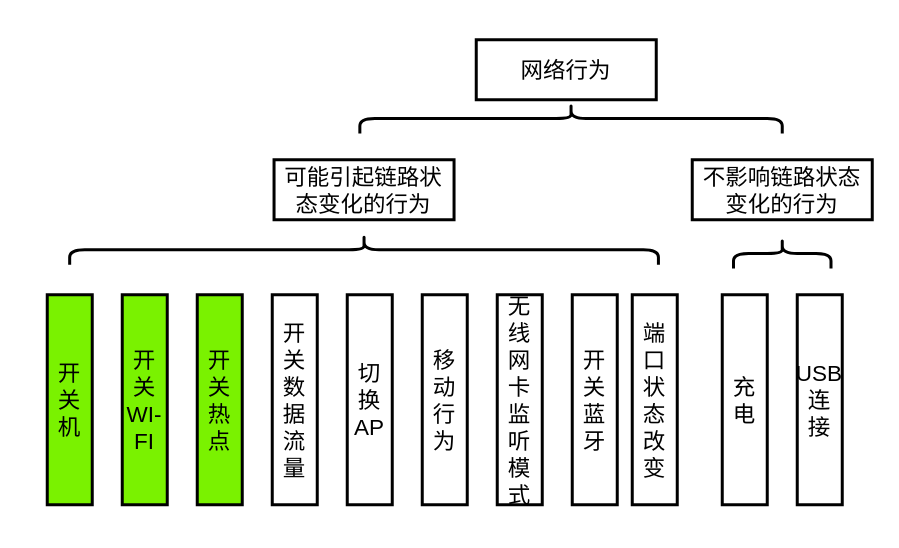
Icarus1994/neutron_conf keeps this draw.io diagram as page "网络行为与链路状态关系" (2 of 2) of 移动互联网场景图.drawio. Above is the earlier version. Source tidied: cells renumbered, new cells numbered last; positions are measured from the earlier drawing's top-left corner, leaving out a move shared by most shapes. Both pictures are drawn from the tidied source at 150%, with x=0, y=0 at pixel (46, -93).
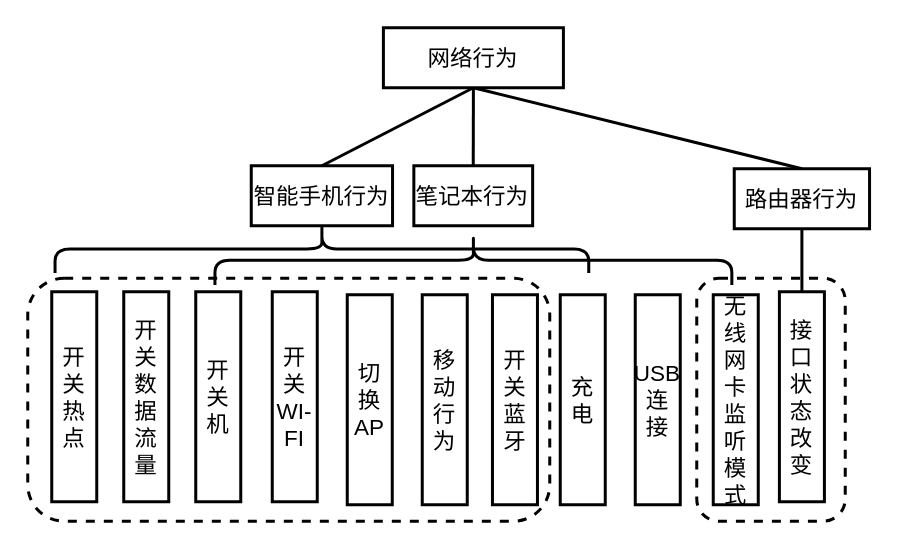
After the change.

Commit message:
Update 移动互联网场景图.drawio

The edit, as a diff of the source:
```diff
@@
+    <mxCell id="19" style="rounded=1;whiteSpace=wrap;html=1;dashed=1;strokeColor=#000000;strokeWidth=2;fillColor=none;fontSize=15;" parent="1" vertex="1">
+      <mxGeometry x="-13" y="247" width="348" height="162" as="geometry" />
+    </mxCell>
+    <mxCell id="20" style="rounded=0;jettySize=auto;html=1;exitX=0.5;exitY=1;exitDx=0;exitDy=0;entryX=0.5;entryY=0;entryDx=0;entryDy=0;endArrow=none;endFill=0;strokeColor=#000000;strokeWidth=2;fillColor=#FFFF00;fontSize=15;" parent="1" edge="1" source="2" target="23">
+      <mxGeometry relative="1" as="geometry" />
+    </mxCell>
+    <mxCell id="21" style="edgeStyle=none;rounded=0;jettySize=auto;html=1;exitX=0.5;exitY=1;exitDx=0;exitDy=0;entryX=0.5;entryY=0;entryDx=0;entryDy=0;endArrow=none;endFill=0;strokeColor=#000000;strokeWidth=2;fillColor=#FFFF00;fontSize=15;" parent="1" edge="1" source="2" target="24">
+      <mxGeometry relative="1" as="geometry" />
+    </mxCell>
+    <mxCell id="22" style="edgeStyle=none;rounded=0;jettySize=auto;html=1;exitX=0.5;exitY=1;exitDx=0;exitDy=0;entryX=0.5;entryY=0;entryDx=0;entryDy=0;endArrow=none;endFill=0;strokeColor=#000000;strokeWidth=2;fillColor=#FFFF00;fontSize=15;" parent="1" edge="1" source="2" target="26">
+      <mxGeometry relative="1" as="geometry" />
+    </mxCell>
     <mxCell id="2" value="&lt;font style=&quot;font-size: 15px;&quot;&gt;网络行为&lt;/font&gt;" style="rounded=0;whiteSpace=wrap;html=1;strokeWidth=2;fontSize=15;" parent="1" vertex="1">
-      <mxGeometry x="286" y="88" width="120" height="40" as="geometry" />
+      <mxGeometry x="224.1" y="80" width="120" height="40" as="geometry" />
     </mxCell>
-    <mxCell id="3" value="&lt;font style=&quot;font-size: 15px;&quot;&gt;可能引起链路状态变化的行为&lt;/font&gt;" style="rounded=0;whiteSpace=wrap;html=1;strokeWidth=2;fontSize=15;" parent="1" vertex="1">
-      <mxGeometry x="151.2" y="168" width="120" height="40" as="geometry" />
-    </mxCell>
-    <mxCell id="4" value="&lt;font style=&quot;font-size: 15px;&quot;&gt;不影响链路状态变化的行为&lt;/font&gt;" style="rounded=0;whiteSpace=wrap;html=1;strokeWidth=2;fontSize=15;" parent="1" vertex="1">
-      <mxGeometry x="430" y="168" width="120" height="40" as="geometry" />
-    </mxCell>
-    <mxCell id="5" value="&lt;font style=&quot;font-size: 15px&quot;&gt;移动行为&lt;/font&gt;" style="rounded=0;whiteSpace=wrap;html=1;strokeWidth=2;" parent="1" vertex="1">
+    <mxCell id="5" value="&lt;font style=&quot;font-size: 15px&quot;&gt;移动行为&lt;/font&gt;" style="rounded=0;whiteSpace=wrap;html=1;strokeWidth=2;fillColor=none;" parent="1" vertex="1">
       <mxGeometry x="250" y="258" width="30" height="140" as="geometry" />
     </mxCell>
-    <mxCell id="6" value="&lt;font style=&quot;font-size: 15px&quot;&gt;开关机&lt;/font&gt;" style="rounded=0;whiteSpace=wrap;html=1;strokeWidth=2;fillColor=#7AF200;" parent="1" vertex="1">
-      <mxGeometry y="258" width="30" height="140" as="geometry" />
+    <mxCell id="6" value="&lt;font style=&quot;font-size: 15px&quot;&gt;开关机&lt;/font&gt;" style="rounded=0;whiteSpace=wrap;html=1;strokeWidth=2;fillColor=none;" parent="1" vertex="1">
+      <mxGeometry x="99" y="256" width="30" height="140" as="geometry" />
     </mxCell>
     <mxCell id="7" value="&lt;span style=&quot;font-size: 15px&quot;&gt;无线网卡监听模式&lt;/span&gt;" style="rounded=0;whiteSpace=wrap;html=1;strokeWidth=2;" parent="1" vertex="1">
-      <mxGeometry x="300" y="258" width="30" height="140" as="geometry" />
+      <mxGeometry x="444" y="258" width="30" height="140" as="geometry" />
     </mxCell>
-    <mxCell id="8" value="&lt;font style=&quot;font-size: 15px&quot;&gt;开关WI-&lt;br&gt;FI&lt;/font&gt;" style="rounded=0;whiteSpace=wrap;html=1;strokeWidth=2;fillColor=#7AF200;strokeColor=#000000;" parent="1" vertex="1">
-      <mxGeometry x="50" y="258" width="30" height="140" as="geometry" />
+    <mxCell id="8" value="&lt;font style=&quot;font-size: 15px&quot;&gt;开关WI-&lt;br&gt;FI&lt;/font&gt;" style="rounded=0;whiteSpace=wrap;html=1;strokeWidth=2;fillColor=none;strokeColor=#000000;" parent="1" vertex="1">
+      <mxGeometry x="150" y="256" width="30" height="140" as="geometry" />
     </mxCell>
-    <mxCell id="9" value="&lt;span style=&quot;font-size: 15px&quot;&gt;开关数据流量&lt;/span&gt;" style="rounded=0;whiteSpace=wrap;html=1;strokeWidth=2;" parent="1" vertex="1">
-      <mxGeometry x="150" y="258" width="30" height="140" as="geometry" />
+    <mxCell id="9" value="&lt;span style=&quot;font-size: 15px&quot;&gt;开关数据流量&lt;/span&gt;" style="rounded=0;whiteSpace=wrap;html=1;strokeWidth=2;fillColor=none;" parent="1" vertex="1">
+      <mxGeometry x="51" y="256" width="30" height="140" as="geometry" />
     </mxCell>
-    <mxCell id="10" value="&lt;font style=&quot;font-size: 15px&quot;&gt;开关热点&lt;/font&gt;" style="rounded=0;whiteSpace=wrap;html=1;strokeWidth=2;fillColor=#7AF200;strokeColor=#000000;" parent="1" vertex="1">
-      <mxGeometry x="100" y="258" width="30" height="140" as="geometry" />
+    <mxCell id="10" value="&lt;font style=&quot;font-size: 15px&quot;&gt;开关热点&lt;/font&gt;" style="rounded=0;whiteSpace=wrap;html=1;strokeWidth=2;fillColor=none;strokeColor=#000000;" parent="1" vertex="1">
+      <mxGeometry x="3" y="256" width="30" height="140" as="geometry" />
     </mxCell>
-    <mxCell id="11" value="&lt;span style=&quot;font-size: 15px&quot;&gt;切换AP&lt;/span&gt;" style="rounded=0;whiteSpace=wrap;html=1;strokeWidth=2;" parent="1" vertex="1">
+    <mxCell id="11" value="&lt;span style=&quot;font-size: 15px&quot;&gt;切换AP&lt;/span&gt;" style="rounded=0;whiteSpace=wrap;html=1;strokeWidth=2;fillColor=none;" parent="1" vertex="1">
       <mxGeometry x="200" y="258" width="30" height="140" as="geometry" />
     </mxCell>
     <mxCell id="12" value="&lt;span style=&quot;font-size: 15px&quot;&gt;充电&lt;/span&gt;" style="rounded=0;whiteSpace=wrap;html=1;strokeWidth=2;" parent="1" vertex="1">
-      <mxGeometry x="450" y="258" width="30" height="140" as="geometry" />
+      <mxGeometry x="342" y="258" width="30" height="140" as="geometry" />
     </mxCell>
     <mxCell id="13" value="&lt;span style=&quot;font-size: 15px&quot;&gt;开关蓝牙&lt;/span&gt;" style="rounded=0;whiteSpace=wrap;html=1;strokeWidth=2;" parent="1" vertex="1">
-      <mxGeometry x="350" y="258" width="30" height="140" as="geometry" />
+      <mxGeometry x="296.8" y="258" width="30" height="140" as="geometry" />
     </mxCell>
     <mxCell id="14" value="&lt;span style=&quot;font-size: 15px&quot;&gt;USB连&lt;br&gt;接&lt;/span&gt;" style="rounded=0;whiteSpace=wrap;html=1;strokeWidth=2;" parent="1" vertex="1">
-      <mxGeometry x="500" y="258" width="30" height="140" as="geometry" />
+      <mxGeometry x="392" y="258" width="30" height="140" as="geometry" />
     </mxCell>
-    <mxCell id="15" value="&lt;span style=&quot;font-size: 15px&quot;&gt;端口状态改变&lt;/span&gt;" style="rounded=0;whiteSpace=wrap;html=1;strokeWidth=2;" parent="1" vertex="1">
-      <mxGeometry x="390" y="258" width="30" height="140" as="geometry" />
+    <mxCell id="15" value="&lt;span style=&quot;font-size: 15px&quot;&gt;接口状态改变&lt;/span&gt;" style="rounded=0;whiteSpace=wrap;html=1;strokeWidth=2;" parent="1" vertex="1">
+      <mxGeometry x="488.1" y="256" width="30" height="140" as="geometry" />
     </mxCell>
-    <mxCell id="16" style="shape=curlyBracket;whiteSpace=wrap;html=1;rounded=1;strokeColor=#000000;strokeWidth=2;fillColor=#7AF200;fontSize=15;rotation=90;" parent="1" vertex="1">
-      <mxGeometry x="201.2" y="31.8" width="20" height="392.5" as="geometry" />
-    </mxCell>
-    <mxCell id="17" style="shape=curlyBracket;whiteSpace=wrap;html=1;rounded=1;strokeColor=#000000;strokeWidth=2;fillColor=#7AF200;fontSize=15;rotation=90;" parent="1" vertex="1">
-      <mxGeometry x="480" y="198" width="20" height="65" as="geometry" />
-    </mxCell>
-    <mxCell id="18" style="shape=curlyBracket;whiteSpace=wrap;html=1;rounded=1;strokeColor=#000000;strokeWidth=2;fillColor=#7AF200;fontSize=15;rotation=90;" parent="1" vertex="1">
-      <mxGeometry x="339.2" y="-0.3" width="20" height="281.6" as="geometry" />
-    </mxCell>
+    <mxCell id="23" value="智能手机行为" style="rounded=0;whiteSpace=wrap;html=1;strokeWidth=2;fontSize=15;" parent="1" vertex="1">
+      <mxGeometry x="136" y="172" width="94.2" height="40" as="geometry" />
+    </mxCell>
+    <mxCell id="24" value="笔记本行为" style="rounded=0;whiteSpace=wrap;html=1;strokeWidth=2;fontSize=15;" parent="1" vertex="1">
+      <mxGeometry x="244.4" y="172" width="79.2" height="40" as="geometry" />
+    </mxCell>
+    <mxCell id="25" style="edgeStyle=orthogonalEdgeStyle;rounded=0;jettySize=auto;html=1;exitX=0.5;exitY=1;exitDx=0;exitDy=0;entryX=0.5;entryY=0;entryDx=0;entryDy=0;endArrow=none;endFill=0;strokeColor=#000000;fillColor=#FFFF00;fontSize=15;strokeWidth=2;" parent="1" edge="1" source="26" target="15">
+      <mxGeometry relative="1" as="geometry" />
+    </mxCell>
+    <mxCell id="26" value="路由器行为" style="rounded=0;whiteSpace=wrap;html=1;strokeWidth=2;fontSize=15;" parent="1" vertex="1">
+      <mxGeometry x="458" y="174" width="90.2" height="40" as="geometry" />
+    </mxCell>
+    <mxCell id="27" style="shape=curlyBracket;whiteSpace=wrap;html=1;rounded=1;strokeColor=#000000;strokeWidth=2;fillColor=#7AF200;fontSize=15;rotation=90;size=0.5144287396937565;" parent="1" vertex="1">
+      <mxGeometry x="166.6" y="49.1" width="33" height="355.8" as="geometry" />
+    </mxCell>
+    <mxCell id="28" style="shape=curlyBracket;whiteSpace=wrap;html=1;rounded=1;strokeColor=#000000;strokeWidth=2;fillColor=#7AF200;fontSize=15;rotation=90;size=0.5144287396937565;" parent="1" vertex="1">
+      <mxGeometry x="267.1" y="62.2" width="34" height="344.6" as="geometry" />
+    </mxCell>
+    <mxCell id="29" style="rounded=1;whiteSpace=wrap;html=1;dashed=1;strokeColor=#000000;strokeWidth=2;fillColor=none;fontSize=15;" parent="1" vertex="1">
+      <mxGeometry x="433" y="247" width="99" height="162" as="geometry" />
+    </mxCell>
```
